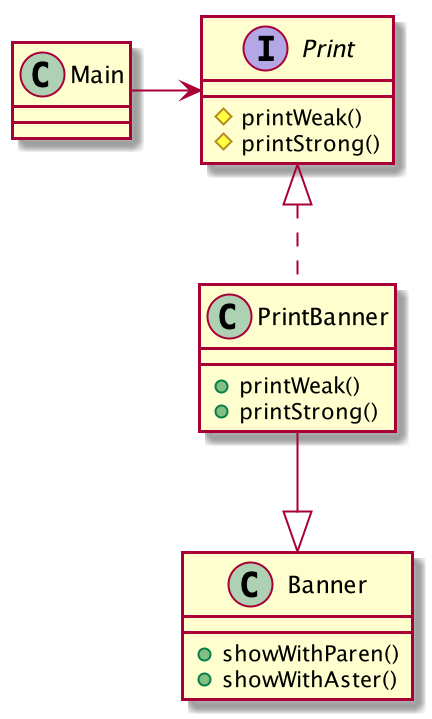
Above: assets/post/designpattern/AdapterExample1.png in jsyang-dev/jsyang-dev.github.io (PlantUML), before the change.
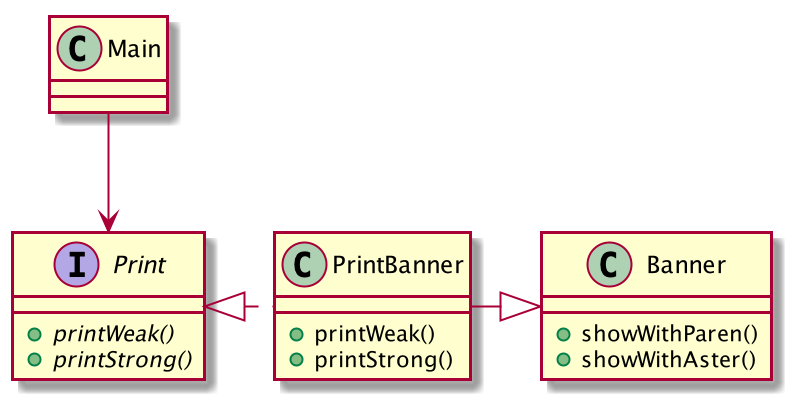
The same file after the commit.

Diff of the diagram source:
```diff
@@ -3,8 +3,8 @@
 class Main {
 }
 interface Print {
-    #printWeak()
-    #printStrong()
+    +{abstract} printWeak()
+    +{abstract} printStrong()
 }
 class PrintBanner {
     +printWeak()
@@ -15,8 +15,8 @@
     +showWithAster()
 }
 
-Main -> Print
-Print <|.. PrintBanner
-PrintBanner --|> Banner
+Main --> Print
+Print <|. PrintBanner
+PrintBanner -|> Banner
 
 @enduml
```
